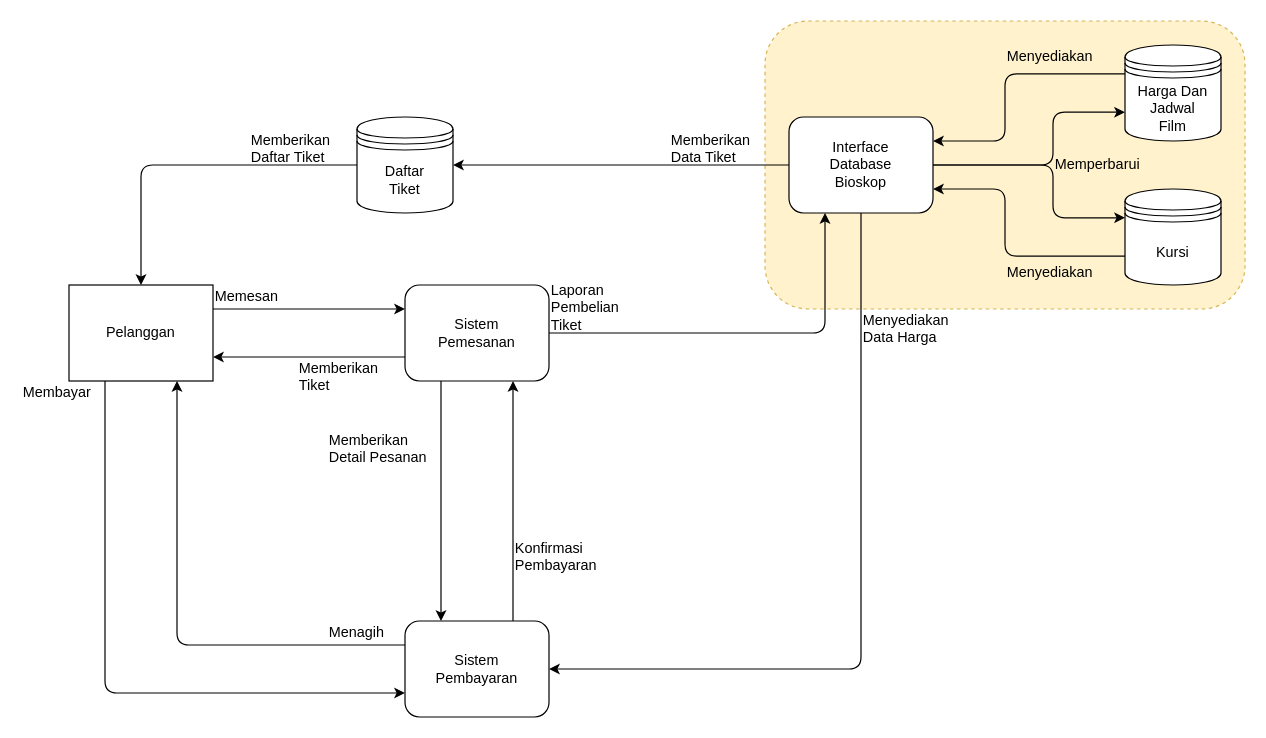
Before: RPL-Asdos-Tugas2-Level1.drawio in wowotek/RPL-Asdos-Tugas2, a draw.io diagram. Source tidied: cells renumbered, new cells numbered last; positions are measured from the earlier drawing's top-left corner, leaving out a move shared by most shapes. Both pictures are drawn from the tidied source at 120%, with x=0, y=0 at pixel (20, 20).
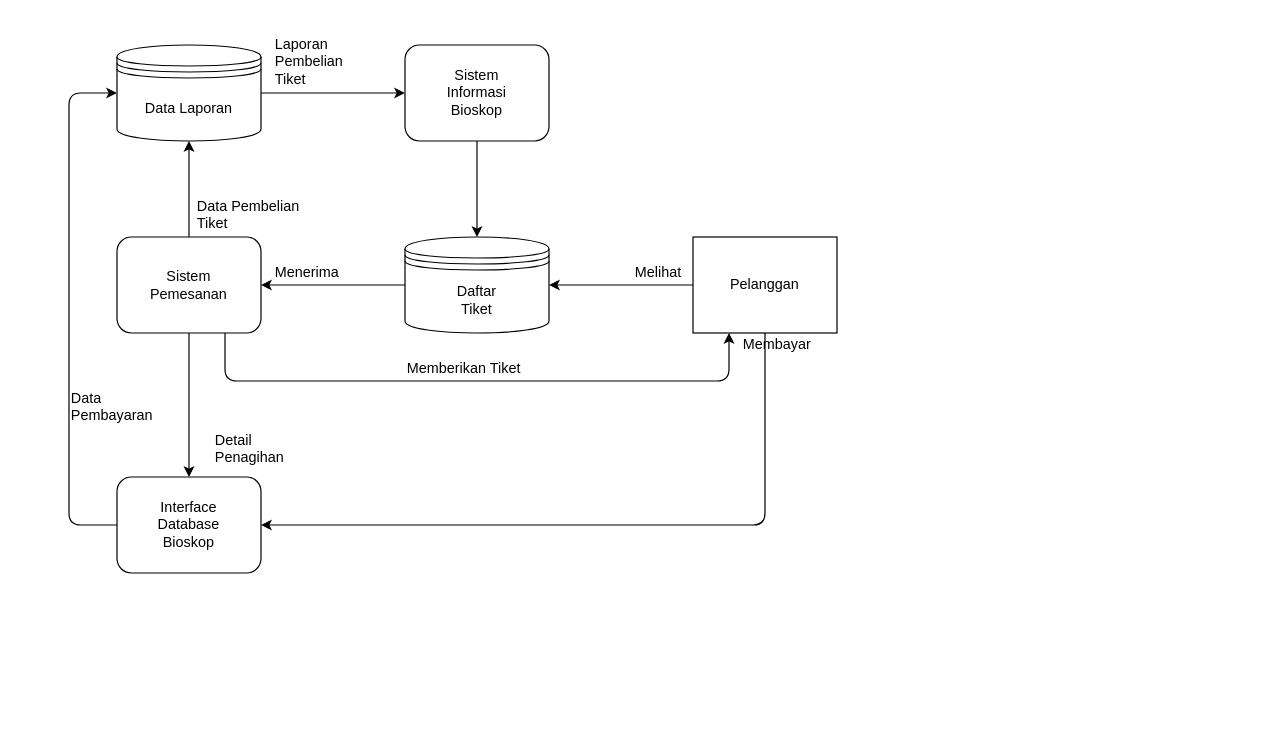
The same diagram, later.

What changed in the source:
```diff
@@
-    <mxCell id="2" style="rounded=1;whiteSpace=wrap;html=1;dashed=1;fillColor=#fff2cc;strokeColor=#d6b656;" parent="1" vertex="1">
-      <mxGeometry x="620" width="400" height="240" as="geometry" />
-    </mxCell>
-    <mxCell id="3" style="edgeStyle=orthogonalEdgeStyle;rounded=1;jettySize=auto;html=1;exitX=1;exitY=0.5;exitDx=0;exitDy=0;entryX=0;entryY=0.7;entryDx=0;entryDy=0;" parent="1" edge="1" source="7" target="12">
-      <mxGeometry relative="1" as="geometry">
-        <Array as="points">
-          <mxPoint x="860" y="120" />
-          <mxPoint x="860" y="76" />
-        </Array>
-      </mxGeometry>
-    </mxCell>
-    <mxCell id="4" style="edgeStyle=orthogonalEdgeStyle;rounded=1;jettySize=auto;html=1;exitX=1;exitY=0.5;exitDx=0;exitDy=0;entryX=0;entryY=0.3;entryDx=0;entryDy=0;" parent="1" edge="1" source="7" target="14">
-      <mxGeometry relative="1" as="geometry">
-        <Array as="points">
-          <mxPoint x="860" y="120" />
-          <mxPoint x="860" y="164" />
-        </Array>
-      </mxGeometry>
-    </mxCell>
-    <mxCell id="5" style="edgeStyle=orthogonalEdgeStyle;rounded=1;jettySize=auto;html=1;exitX=0;exitY=0.5;exitDx=0;exitDy=0;entryX=1;entryY=0.5;entryDx=0;entryDy=0;" parent="1" edge="1" source="7" target="28">
-      <mxGeometry relative="1" as="geometry" />
-    </mxCell>
-    <mxCell id="6" style="edgeStyle=orthogonalEdgeStyle;rounded=1;jettySize=auto;html=1;exitX=0.5;exitY=1;exitDx=0;exitDy=0;entryX=1;entryY=0.5;entryDx=0;entryDy=0;" parent="1" edge="1" source="7" target="26">
-      <mxGeometry relative="1" as="geometry" />
-    </mxCell>
+    <mxCell id="37" style="edgeStyle=orthogonalEdgeStyle;rounded=1;jettySize=auto;html=1;exitX=0;exitY=0.5;exitDx=0;exitDy=0;entryX=0;entryY=0.5;entryDx=0;entryDy=0;" parent="1" edge="1" source="7" target="48">
+      <mxGeometry relative="1" as="geometry">
+        <Array as="points">
+          <mxPoint x="40" y="420" />
+          <mxPoint x="40" y="60" />
+        </Array>
+      </mxGeometry>
+    </mxCell>
     <mxCell id="7" value="Interface&lt;br&gt;Database&lt;br&gt;Bioskop" style="shape=ext;rounded=1;html=1;whiteSpace=wrap;" parent="1" vertex="1">
-      <mxGeometry x="640" y="80" width="120" height="80" as="geometry" />
+      <mxGeometry x="80" y="380" width="120" height="80" as="geometry" />
     </mxCell>
-    <mxCell id="8" style="edgeStyle=orthogonalEdgeStyle;rounded=1;jettySize=auto;html=1;exitX=0.25;exitY=1;exitDx=0;exitDy=0;entryX=0;entryY=0.75;entryDx=0;entryDy=0;" parent="1" edge="1" source="10" target="26">
-      <mxGeometry relative="1" as="geometry" />
-    </mxCell>
-    <mxCell id="9" style="edgeStyle=orthogonalEdgeStyle;rounded=1;jettySize=auto;html=1;exitX=1;exitY=0.25;exitDx=0;exitDy=0;entryX=0;entryY=0.25;entryDx=0;entryDy=0;" parent="1" edge="1" source="10" target="18">
-      <mxGeometry relative="1" as="geometry" />
-    </mxCell>
+    <mxCell id="38" style="edgeStyle=orthogonalEdgeStyle;rounded=1;jettySize=auto;html=1;exitX=0;exitY=0.5;exitDx=0;exitDy=0;entryX=1;entryY=0.5;entryDx=0;entryDy=0;" parent="1" edge="1" source="10" target="28">
+      <mxGeometry relative="1" as="geometry" />
+    </mxCell>
+    <mxCell id="39" style="edgeStyle=orthogonalEdgeStyle;rounded=1;jettySize=auto;html=1;exitX=0.5;exitY=1;exitDx=0;exitDy=0;entryX=1;entryY=0.5;entryDx=0;entryDy=0;" parent="1" edge="1" source="10" target="7">
+      <mxGeometry relative="1" as="geometry" />
+    </mxCell>
     <mxCell id="10" value="&lt;div&gt;Pelanggan&lt;/div&gt;" style="rounded=0;whiteSpace=wrap;html=1;" parent="1" vertex="1">
-      <mxGeometry x="40" y="220" width="120" height="80" as="geometry" />
+      <mxGeometry x="560" y="180" width="120" height="80" as="geometry" />
     </mxCell>
-    <mxCell id="11" style="edgeStyle=orthogonalEdgeStyle;rounded=1;jettySize=auto;html=1;exitX=0;exitY=0.3;exitDx=0;exitDy=0;entryX=1;entryY=0.25;entryDx=0;entryDy=0;" parent="1" edge="1" source="12" target="7">
-      <mxGeometry relative="1" as="geometry">
-        <Array as="points">
-          <mxPoint x="820" y="44" />
-          <mxPoint x="820" y="100" />
-        </Array>
-      </mxGeometry>
-    </mxCell>
-    <mxCell id="12" value="&lt;div&gt;Harga Dan&lt;/div&gt;&lt;div&gt;Jadwal&lt;/div&gt;&lt;div&gt;Film&lt;br&gt;&lt;/div&gt;" style="shape=datastore;whiteSpace=wrap;html=1;" parent="1" vertex="1">
-      <mxGeometry x="920" y="20" width="80" height="80" as="geometry" />
-    </mxCell>
-    <mxCell id="13" style="edgeStyle=orthogonalEdgeStyle;rounded=1;jettySize=auto;html=1;exitX=0;exitY=0.7;exitDx=0;exitDy=0;entryX=1;entryY=0.75;entryDx=0;entryDy=0;" parent="1" edge="1" source="14" target="7">
-      <mxGeometry relative="1" as="geometry">
-        <Array as="points">
-          <mxPoint x="820" y="196" />
-          <mxPoint x="820" y="140" />
-        </Array>
-      </mxGeometry>
-    </mxCell>
-    <mxCell id="14" value="Kursi" style="shape=datastore;whiteSpace=wrap;html=1;" parent="1" vertex="1">
-      <mxGeometry x="920" y="140" width="80" height="80" as="geometry" />
-    </mxCell>
-    <mxCell id="15" style="edgeStyle=orthogonalEdgeStyle;rounded=1;jettySize=auto;html=1;exitX=0.25;exitY=1;exitDx=0;exitDy=0;entryX=0.25;entryY=0;entryDx=0;entryDy=0;" parent="1" edge="1" source="18" target="26">
-      <mxGeometry relative="1" as="geometry" />
-    </mxCell>
-    <mxCell id="16" style="edgeStyle=orthogonalEdgeStyle;rounded=1;jettySize=auto;html=1;exitX=0;exitY=0.75;exitDx=0;exitDy=0;entryX=1;entryY=0.75;entryDx=0;entryDy=0;" parent="1" edge="1" source="18" target="10">
-      <mxGeometry relative="1" as="geometry" />
+    <mxCell id="16" style="edgeStyle=orthogonalEdgeStyle;rounded=1;jettySize=auto;html=1;exitX=0.75;exitY=1;exitDx=0;exitDy=0;entryX=0.25;entryY=1;entryDx=0;entryDy=0;" parent="1" edge="1" source="18" target="10">
+      <mxGeometry relative="1" as="geometry">
+        <Array as="points">
+          <mxPoint x="190" y="300" />
+          <mxPoint x="570" y="300" />
+        </Array>
+      </mxGeometry>
     </mxCell>
-    <mxCell id="17" style="edgeStyle=orthogonalEdgeStyle;rounded=1;jettySize=auto;html=1;exitX=1;exitY=0.5;exitDx=0;exitDy=0;entryX=0.25;entryY=1;entryDx=0;entryDy=0;" parent="1" edge="1" source="18" target="7">
+    <mxCell id="17" style="edgeStyle=orthogonalEdgeStyle;rounded=1;jettySize=auto;html=1;exitX=0.5;exitY=1;exitDx=0;exitDy=0;entryX=0.5;entryY=0;entryDx=0;entryDy=0;" parent="1" edge="1" source="18" target="7">
       <mxGeometry relative="1" as="geometry" />
     </mxCell>
+    <mxCell id="40" style="edgeStyle=orthogonalEdgeStyle;rounded=1;jettySize=auto;html=1;exitX=0.5;exitY=0;exitDx=0;exitDy=0;entryX=0.5;entryY=1;entryDx=0;entryDy=0;" parent="1" edge="1" source="18" target="48">
+      <mxGeometry relative="1" as="geometry" />
+    </mxCell>
-    <mxCell id="18" value="&lt;div&gt;Sistem&lt;/div&gt;&lt;div&gt;Pemesanan&lt;br&gt;&lt;/div&gt;" style="shape=ext;rounded=1;html=1;whiteSpace=wrap;" parent="1" vertex="1">
-      <mxGeometry x="320" y="220" width="120" height="80" as="geometry" />
+    <mxCell id="18" value="Sistem&lt;br&gt;Pemesanan" style="shape=ext;rounded=1;html=1;whiteSpace=wrap;" parent="1" vertex="1">
+      <mxGeometry x="80" y="180" width="120" height="80" as="geometry" />
     </mxCell>
-    <mxCell id="19" value="Memperbarui" style="text;html=1;align=left;verticalAlign=top;spacingTop=-4;" parent="1" vertex="1">
-      <mxGeometry x="860" y="110" width="100" height="20" as="geometry" />
-    </mxCell>
-    <mxCell id="20" value="Menyediakan" style="text;html=1;align=left;verticalAlign=top;spacingTop=-4;" parent="1" vertex="1">
-      <mxGeometry x="820" y="20" width="100" height="20" as="geometry" />
-    </mxCell>
-    <mxCell id="21" value="Menyediakan" style="text;html=1;align=left;verticalAlign=top;spacingTop=-4;" parent="1" vertex="1">
-      <mxGeometry x="820" y="200" width="100" height="20" as="geometry" />
-    </mxCell>
-    <mxCell id="22" value="Memberikan&lt;br&gt;Data Tiket" style="text;html=1;align=left;verticalAlign=top;spacingTop=-4;" parent="1" vertex="1">
-      <mxGeometry x="540" y="90" width="90" height="30" as="geometry" />
-    </mxCell>
-    <mxCell id="23" value="Memberikan&lt;br&gt;Daftar Tiket" style="text;html=1;align=left;verticalAlign=top;spacingTop=-4;" parent="1" vertex="1">
-      <mxGeometry x="190" y="90" width="90" height="30" as="geometry" />
-    </mxCell>
-    <mxCell id="24" style="edgeStyle=orthogonalEdgeStyle;rounded=1;jettySize=auto;html=1;exitX=0;exitY=0.25;exitDx=0;exitDy=0;entryX=0.75;entryY=1;entryDx=0;entryDy=0;" parent="1" edge="1" source="26" target="10">
-      <mxGeometry relative="1" as="geometry" />
-    </mxCell>
-    <mxCell id="25" style="edgeStyle=orthogonalEdgeStyle;rounded=1;jettySize=auto;html=1;exitX=0.75;exitY=0;exitDx=0;exitDy=0;entryX=0.75;entryY=1;entryDx=0;entryDy=0;" parent="1" edge="1" source="26" target="18">
-      <mxGeometry relative="1" as="geometry" />
-    </mxCell>
-    <mxCell id="26" value="&lt;div&gt;Sistem&lt;/div&gt;&lt;div&gt;Pembayaran&lt;br&gt;&lt;/div&gt;" style="shape=ext;rounded=1;html=1;whiteSpace=wrap;" parent="1" vertex="1">
-      <mxGeometry x="320" y="500" width="120" height="80" as="geometry" />
-    </mxCell>
-    <mxCell id="27" style="edgeStyle=orthogonalEdgeStyle;rounded=1;jettySize=auto;html=1;exitX=0;exitY=0.5;exitDx=0;exitDy=0;entryX=0.5;entryY=0;entryDx=0;entryDy=0;" parent="1" edge="1" source="28" target="10">
-      <mxGeometry relative="1" as="geometry" />
-    </mxCell>
+    <mxCell id="41" style="edgeStyle=orthogonalEdgeStyle;rounded=1;jettySize=auto;html=1;exitX=0;exitY=0.5;exitDx=0;exitDy=0;entryX=1;entryY=0.5;entryDx=0;entryDy=0;" parent="1" edge="1" source="28" target="18">
+      <mxGeometry relative="1" as="geometry" />
+    </mxCell>
     <mxCell id="28" value="Daftar&lt;br&gt;Tiket" style="shape=datastore;whiteSpace=wrap;html=1;" parent="1" vertex="1">
-      <mxGeometry x="280" y="80" width="80" height="80" as="geometry" />
+      <mxGeometry x="320" y="180" width="120" height="80" as="geometry" />
     </mxCell>
-    <mxCell id="29" value="Memberikan&lt;br&gt;Detail Pesanan" style="text;html=1;align=left;verticalAlign=top;spacingTop=-4;" parent="1" vertex="1">
-      <mxGeometry x="255" y="340" width="110" height="30" as="geometry" />
-    </mxCell>
-    <mxCell id="30" value="Menyediakan&lt;br&gt;Data Harga" style="text;html=1;align=left;verticalAlign=top;spacingTop=-4;" parent="1" vertex="1">
-      <mxGeometry x="700" y="240" width="100" height="30" as="geometry" />
-    </mxCell>
-    <mxCell id="31" value="Menagih" style="text;html=1;align=left;verticalAlign=top;spacingTop=-4;" parent="1" vertex="1">
-      <mxGeometry x="255" y="500" width="70" height="20" as="geometry" />
-    </mxCell>
+    <mxCell id="42" value="Melihat" style="text;html=1;align=left;verticalAlign=top;spacingTop=-4;" parent="1" vertex="1">
+      <mxGeometry x="510" y="200" width="60" height="20" as="geometry" />
+    </mxCell>
+    <mxCell id="43" value="Menerima" style="text;html=1;align=left;verticalAlign=top;spacingTop=-4;" parent="1" vertex="1">
+      <mxGeometry x="210" y="200" width="80" height="20" as="geometry" />
+    </mxCell>
+    <mxCell id="35" value="Memberikan Tiket" style="text;html=1;align=left;verticalAlign=top;spacingTop=-4;" parent="1" vertex="1">
+      <mxGeometry x="320" y="280" width="130" height="20" as="geometry" />
+    </mxCell>
+    <mxCell id="44" style="edgeStyle=orthogonalEdgeStyle;rounded=1;jettySize=auto;html=1;exitX=0.5;exitY=1;exitDx=0;exitDy=0;entryX=0.5;entryY=0;entryDx=0;entryDy=0;" parent="1" edge="1" source="45" target="28">
+      <mxGeometry relative="1" as="geometry" />
+    </mxCell>
+    <mxCell id="45" value="&lt;div&gt;Sistem&lt;/div&gt;&lt;div&gt;Informasi&lt;br&gt;Bioskop&lt;br&gt;&lt;/div&gt;" style="shape=ext;rounded=1;html=1;whiteSpace=wrap;" parent="1" vertex="1">
+      <mxGeometry x="320" y="20" width="120" height="80" as="geometry" />
+    </mxCell>
+    <mxCell id="36" value="&lt;div&gt;Laporan&lt;/div&gt;&lt;div&gt;Pembelian&lt;/div&gt;&lt;div&gt;Tiket&lt;/div&gt;" style="text;html=1;align=left;verticalAlign=top;spacingTop=-4;" parent="1" vertex="1">
+      <mxGeometry x="210" y="10" width="80" height="40" as="geometry" />
+    </mxCell>
+    <mxCell id="46" value="Detail&lt;br&gt;Penagihan" style="text;html=1;align=left;verticalAlign=top;spacingTop=-4;" parent="1" vertex="1">
+      <mxGeometry x="160" y="340" width="80" height="30" as="geometry" />
+    </mxCell>
     <mxCell id="32" value="Membayar" style="text;html=1;align=left;verticalAlign=top;spacingTop=-4;" parent="1" vertex="1">
-      <mxGeometry y="300" width="80" height="20" as="geometry" />
+      <mxGeometry x="600" y="260" width="80" height="20" as="geometry" />
     </mxCell>
-    <mxCell id="33" value="Konfirmasi&lt;br&gt;Pembayaran" style="text;html=1;align=left;verticalAlign=top;spacingTop=-4;" parent="1" vertex="1">
-      <mxGeometry x="410" y="430" width="90" height="30" as="geometry" />
-    </mxCell>
-    <mxCell id="34" value="Memesan" style="text;html=1;align=left;verticalAlign=top;spacingTop=-4;" parent="1" vertex="1">
-      <mxGeometry x="160" y="220" width="70" height="20" as="geometry" />
-    </mxCell>
-    <mxCell id="35" value="Memberikan&lt;br&gt;Tiket" style="text;html=1;align=left;verticalAlign=top;spacingTop=-4;" parent="1" vertex="1">
-      <mxGeometry x="230" y="280" width="90" height="30" as="geometry" />
-    </mxCell>
-    <mxCell id="36" value="Laporan&lt;br&gt;Pembelian&lt;br&gt;Tiket" style="text;html=1;align=left;verticalAlign=top;spacingTop=-4;" parent="1" vertex="1">
-      <mxGeometry x="440" y="215" width="80" height="40" as="geometry" />
-    </mxCell>
+    <mxCell id="47" style="edgeStyle=orthogonalEdgeStyle;rounded=1;jettySize=auto;html=1;exitX=1;exitY=0.5;exitDx=0;exitDy=0;entryX=0;entryY=0.5;entryDx=0;entryDy=0;" parent="1" edge="1" source="48" target="45">
+      <mxGeometry relative="1" as="geometry" />
+    </mxCell>
+    <mxCell id="48" value="Data Laporan" style="shape=datastore;whiteSpace=wrap;html=1;" parent="1" vertex="1">
+      <mxGeometry x="80" y="20" width="120" height="80" as="geometry" />
+    </mxCell>
+    <mxCell id="49" value="Data Pembelian&lt;br&gt;Tiket" style="text;html=1;align=left;verticalAlign=top;spacingTop=-4;" parent="1" vertex="1">
+      <mxGeometry x="145" y="145" width="110" height="30" as="geometry" />
+    </mxCell>
+    <mxCell id="50" value="&lt;div&gt;Data&lt;/div&gt;&lt;div&gt;Pembayaran&lt;br&gt;&lt;/div&gt;" style="text;html=1;align=left;verticalAlign=top;spacingTop=-4;" parent="1" vertex="1">
+      <mxGeometry x="40" y="305" width="90" height="30" as="geometry" />
+    </mxCell>
```
